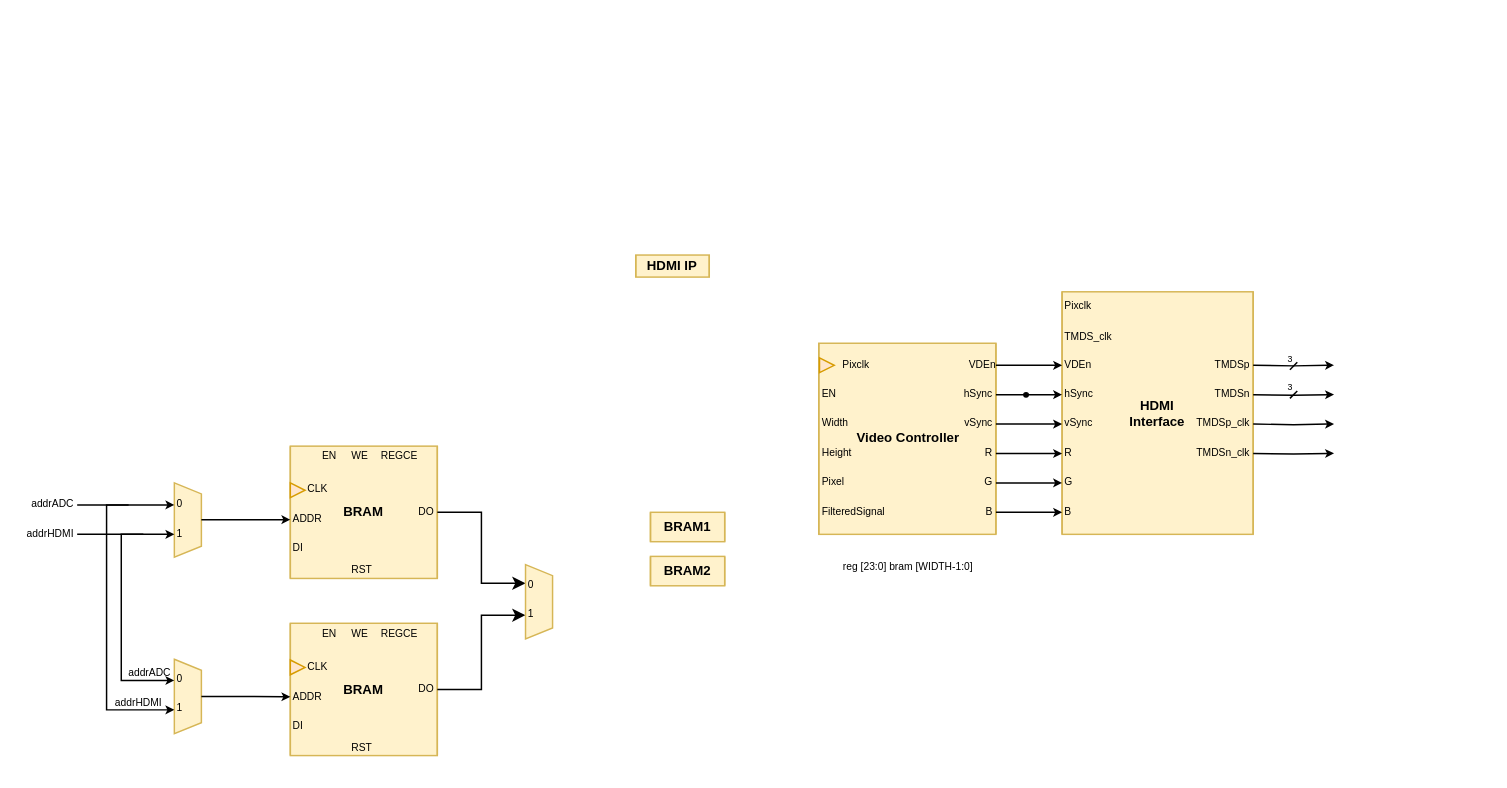
This is page "BRAM" (9 of 9) of design/BlockDiagram.drawio from ESRGgroup9/oscilloscope_fpga, a draw.io file, before an edit. Source tidied: cells renumbered, new cells numbered last; positions are measured from the earlier drawing's top-left corner, leaving out a move shared by most shapes. Both pictures are drawn from the tidied source at 147%, with x=0, y=0 at pixel (25, 254).
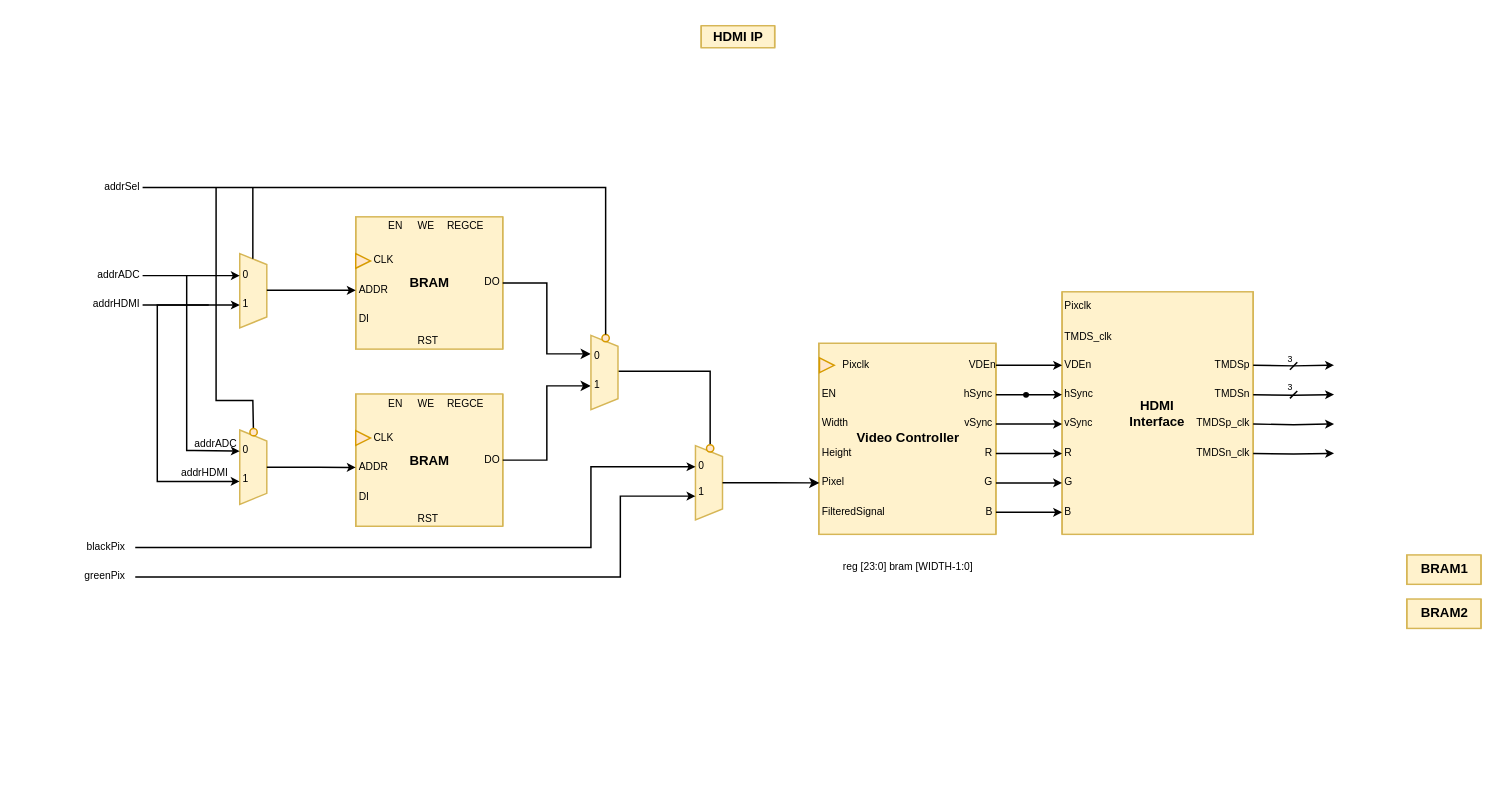
The same diagram, later.

The change refers to these unchanged cells:
```xml
<mxCell id="27" value="Pixel" style="text;html=1;strokeColor=none;fillColor=none;align=left;verticalAlign=middle;whiteSpace=wrap;rounded=0;fontSize=7;" parent="1" vertex="1">
  <mxGeometry x="540" y="145" width="20" height="20" as="geometry" />
</mxCell>
<mxCell id="48" value="DO" style="text;html=1;strokeColor=none;fillColor=none;align=right;verticalAlign=middle;whiteSpace=wrap;rounded=0;fontSize=7;" parent="46" vertex="1">
  <mxGeometry x="80" y="40.5" width="20" height="20" as="geometry" />
</mxCell>
<mxCell id="49" value="ADDR" style="text;html=1;strokeColor=none;fillColor=none;align=left;verticalAlign=middle;whiteSpace=wrap;rounded=0;fontSize=7;" parent="46" vertex="1">
  <mxGeometry y="45.5" width="20" height="20" as="geometry" />
</mxCell>
<mxCell id="58" value="BRAM" style="shape=process;whiteSpace=wrap;html=1;backgroundOutline=1;fontSize=9;strokeColor=#d6b656;fillColor=#fff2cc;size=0;fontStyle=1;verticalAlign=middle;" parent="57" vertex="1">
  <mxGeometry y="5.5" width="100" height="90" as="geometry" />
</mxCell>
<mxCell id="60" value="ADDR" style="text;html=1;strokeColor=none;fillColor=none;align=left;verticalAlign=middle;whiteSpace=wrap;rounded=0;fontSize=7;" parent="57" vertex="1">
  <mxGeometry y="45.5" width="20" height="20" as="geometry" />
</mxCell>
<mxCell id="71" style="shape=trapezoid;perimeter=trapezoidPerimeter;whiteSpace=wrap;html=1;fixedSize=1;verticalAlign=middle;fillColor=#fff2cc;strokeColor=#d6b656;gradientColor=none;fontSize=9;fontStyle=1;rotation=90;size=7.5;" parent="70" vertex="1">
  <mxGeometry x="-16.1" y="16.1" width="50.6" height="18.4" as="geometry" />
</mxCell>
<mxCell id="72" value="0" style="text;html=1;strokeColor=none;fillColor=none;align=left;verticalAlign=middle;whiteSpace=wrap;rounded=0;fontSize=7;" parent="70" vertex="1">
  <mxGeometry y="4.4" width="20" height="20" as="geometry" />
</mxCell>
<mxCell id="73" value="1" style="text;html=1;strokeColor=none;fillColor=none;align=left;verticalAlign=middle;whiteSpace=wrap;rounded=0;fontSize=7;" parent="70" vertex="1">
  <mxGeometry y="24.4" width="20" height="20" as="geometry" />
</mxCell>
<mxCell id="75" style="shape=trapezoid;perimeter=trapezoidPerimeter;whiteSpace=wrap;html=1;fixedSize=1;verticalAlign=middle;fillColor=#fff2cc;strokeColor=#d6b656;gradientColor=none;fontSize=9;fontStyle=1;rotation=90;size=7.5;" parent="74" vertex="1">
  <mxGeometry x="-16.1" y="16.1" width="50.6" height="18.4" as="geometry" />
</mxCell>
<mxCell id="76" value="0" style="text;html=1;strokeColor=none;fillColor=none;align=left;verticalAlign=middle;whiteSpace=wrap;rounded=0;fontSize=7;" parent="74" vertex="1">
  <mxGeometry y="4.4" width="10" height="20" as="geometry" />
</mxCell>
<mxCell id="77" value="1" style="text;html=1;strokeColor=none;fillColor=none;align=left;verticalAlign=middle;whiteSpace=wrap;rounded=0;fontSize=7;" parent="74" vertex="1">
  <mxGeometry y="24.4" width="10" height="20" as="geometry" />
</mxCell>
<mxCell id="80" style="shape=trapezoid;perimeter=trapezoidPerimeter;whiteSpace=wrap;html=1;fixedSize=1;verticalAlign=middle;fillColor=#fff2cc;strokeColor=#d6b656;gradientColor=none;fontSize=9;fontStyle=1;rotation=90;size=7.5;" parent="79" vertex="1">
  <mxGeometry x="-16.1" y="16.1" width="50.6" height="18.4" as="geometry" />
</mxCell>
```

What changed in the source:
```diff
@@
+    <mxCell id="92" style="edgeStyle=orthogonalEdgeStyle;rounded=0;jettySize=auto;html=1;entryX=0.5;entryY=0;entryDx=0;entryDy=0;exitX=0.25;exitY=0.5;exitDx=0;exitDy=0;exitPerimeter=0;strokeWidth=1;endSize=4;endArrow=none;endFill=0;" parent="1" edge="1" source="72" target="103">
+      <mxGeometry relative="1" as="geometry">
+        <Array as="points">
+          <mxPoint x="389.5" y="79" />
+          <mxPoint x="465.5" y="79" />
+        </Array>
+      </mxGeometry>
+    </mxCell>
+    <mxCell id="93" style="endArrow=none;html=1;rounded=0;exitX=1.004;exitY=0.651;exitDx=0;exitDy=0;exitPerimeter=0;" parent="1" edge="1" source="77">
+      <mxGeometry relative="1" as="geometry">
+        <mxPoint x="129.5" y="-46" as="targetPoint" />
+        <Array as="points">
+          <mxPoint x="154.5" y="99" />
+          <mxPoint x="129.5" y="99" />
+        </Array>
+      </mxGeometry>
+    </mxCell>
@@
     <mxCell id="39" value="HDMI IP" style="shape=process;whiteSpace=wrap;html=1;backgroundOutline=1;fontSize=9;strokeColor=#d6b656;fillColor=#fff2cc;size=0;fontStyle=1;verticalAlign=middle;" parent="1" vertex="1">
-      <mxGeometry x="415" width="50" height="15" as="geometry" />
+      <mxGeometry x="459.5" y="-156" width="50" height="15" as="geometry" />
     </mxCell>
@@
     <mxCell id="42" value="BRAM1" style="shape=process;whiteSpace=wrap;html=1;backgroundOutline=1;fontSize=9;strokeColor=#d6b656;fillColor=#fff2cc;size=0;fontStyle=1;verticalAlign=middle;" parent="1" vertex="1">
-      <mxGeometry x="425" y="175" width="50.5" height="20" as="geometry" />
+      <mxGeometry x="939.5" y="204" width="50.5" height="20" as="geometry" />
     </mxCell>
@@
     <mxCell id="45" value="BRAM2" style="shape=process;whiteSpace=wrap;html=1;backgroundOutline=1;fontSize=9;strokeColor=#d6b656;fillColor=#fff2cc;size=0;fontStyle=1;verticalAlign=middle;" parent="1" vertex="1">
-      <mxGeometry x="425" y="205" width="50.5" height="20" as="geometry" />
+      <mxGeometry x="939.5" y="234" width="50.5" height="20" as="geometry" />
     </mxCell>
     <mxCell id="46" style="group;" parent="1" vertex="1">
-      <mxGeometry x="180" y="124.5" width="100" height="100.5" as="geometry" />
+      <mxGeometry x="224.5" y="-31.5" width="100" height="100.5" as="geometry" />
     </mxCell>
@@
     <mxCell id="57" style="group;" parent="1" vertex="1">
-      <mxGeometry x="180" y="245" width="100" height="100.5" as="geometry" />
+      <mxGeometry x="224.5" y="89" width="100" height="100.5" as="geometry" />
     </mxCell>
@@
-    <mxCell id="68" style="edgeStyle=orthogonalEdgeStyle;rounded=0;jettySize=auto;html=1;exitX=1;exitY=0.5;exitDx=0;exitDy=0;entryX=0.25;entryY=1;entryDx=0;entryDy=0;" parent="1" edge="1" source="48" target="71">
+    <mxCell id="68" style="edgeStyle=orthogonalEdgeStyle;rounded=0;jettySize=auto;html=1;exitX=1;exitY=0.5;exitDx=0;exitDy=0;entryX=0.25;entryY=1;entryDx=0;entryDy=0;strokeWidth=1;endSize=4;" parent="1" edge="1" source="48" target="71">
       <mxGeometry relative="1" as="geometry" />
     </mxCell>
-    <mxCell id="69" style="edgeStyle=orthogonalEdgeStyle;rounded=0;jettySize=auto;html=1;exitX=1;exitY=0.5;exitDx=0;exitDy=0;entryX=0;entryY=0.5;entryDx=0;entryDy=0;" parent="1" edge="1" source="58" target="73">
+    <mxCell id="69" style="edgeStyle=orthogonalEdgeStyle;rounded=0;jettySize=auto;html=1;exitX=1;exitY=0.5;exitDx=0;exitDy=0;entryX=0;entryY=0.5;entryDx=0;entryDy=0;strokeWidth=1;endSize=4;" parent="1" edge="1" source="58" target="73">
       <mxGeometry relative="1" as="geometry" />
     </mxCell>
     <mxCell id="70" style="group;" parent="1" vertex="1">
-      <mxGeometry x="340" y="210.6" width="20" height="50.6" as="geometry" />
+      <mxGeometry x="384.5" y="54.6" width="20" height="50.6" as="geometry" />
     </mxCell>
@@
+    <mxCell id="94" style="ellipse;whiteSpace=wrap;html=1;fillColor=#ffe6cc;strokeColor=#d79b00;" parent="70" vertex="1">
+      <mxGeometry x="7.5" y="-0.6" width="5" height="5" as="geometry" />
+    </mxCell>
     <mxCell id="74" style="group;" parent="1" vertex="1">
-      <mxGeometry x="101.1" y="275" width="20" height="50.6" as="geometry" />
+      <mxGeometry x="145.6" y="119" width="20" height="50.6" as="geometry" />
     </mxCell>
@@
     <mxCell id="78" style="edgeStyle=orthogonalEdgeStyle;rounded=0;jettySize=auto;html=1;exitX=0.5;exitY=0;exitDx=0;exitDy=0;entryX=0;entryY=0.5;entryDx=0;entryDy=0;endSize=3;" parent="1" edge="1" source="75" target="60">
       <mxGeometry relative="1" as="geometry">
         <Array as="points">
-          <mxPoint x="155" y="300" />
-          <mxPoint x="155" y="300" />
+          <mxPoint x="199.5" y="144" />
+          <mxPoint x="199.5" y="144" />
         </Array>
       </mxGeometry>
     </mxCell>
     <mxCell id="79" style="group;" parent="1" vertex="1">
-      <mxGeometry x="101.1" y="155" width="20" height="50.6" as="geometry" />
+      <mxGeometry x="145.6" y="-1" width="20" height="50.6" as="geometry" />
     </mxCell>
@@
     <mxCell id="83" style="edgeStyle=orthogonalEdgeStyle;rounded=0;jettySize=auto;html=1;exitX=0.5;exitY=0;exitDx=0;exitDy=0;entryX=0;entryY=0.5;entryDx=0;entryDy=0;endSize=3;" parent="1" edge="1" source="80" target="49">
       <mxGeometry relative="1" as="geometry">
         <Array as="points">
-          <mxPoint x="180" y="180" />
+          <mxPoint x="224.5" y="24" />
         </Array>
       </mxGeometry>
     </mxCell>
@@
     <mxCell id="85" value="addrADC" style="text;html=1;strokeColor=none;fillColor=none;align=right;verticalAlign=middle;whiteSpace=wrap;rounded=0;fontSize=7;" parent="1" vertex="1">
-      <mxGeometry y="160" width="35" height="20" as="geometry" />
+      <mxGeometry x="44.5" y="4" width="35" height="20" as="geometry" />
     </mxCell>
@@
     <mxCell id="87" value="addrHDMI" style="text;html=1;strokeColor=none;fillColor=none;align=right;verticalAlign=middle;whiteSpace=wrap;rounded=0;fontSize=7;" parent="1" vertex="1">
-      <mxGeometry y="180" width="35" height="20" as="geometry" />
+      <mxGeometry x="44.5" y="24" width="35" height="20" as="geometry" />
     </mxCell>
-    <mxCell id="88" style="edgeStyle=orthogonalEdgeStyle;rounded=0;jettySize=auto;html=1;exitX=0;exitY=0.5;exitDx=0;exitDy=0;endSize=3;entryX=0;entryY=0.5;entryDx=0;entryDy=0;" parent="1" edge="1" target="76">
+    <mxCell id="88" style="edgeStyle=orthogonalEdgeStyle;rounded=0;orthogonalLoop=1;jettySize=auto;html=1;exitX=0;exitY=0.5;exitDx=0;exitDy=0;endSize=3;" parent="1" edge="1">
       <mxGeometry relative="1" as="geometry">
-        <mxPoint x="80" y="190" as="sourcePoint" />
+        <mxPoint x="124.5" y="34" as="sourcePoint" />
+        <mxPoint x="145.5" y="154" as="targetPoint" />
         <Array as="points">
-          <mxPoint x="65" y="190" />
-          <mxPoint x="65" y="289" />
+          <mxPoint x="89.5" y="34" />
+          <mxPoint x="89.5" y="154" />
         </Array>
       </mxGeometry>
     </mxCell>
-    <mxCell id="89" style="edgeStyle=orthogonalEdgeStyle;rounded=0;jettySize=auto;html=1;exitX=0;exitY=0.5;exitDx=0;exitDy=0;endSize=3;entryX=0;entryY=0.5;entryDx=0;entryDy=0;" parent="1" edge="1" target="77">
+    <mxCell id="89" style="edgeStyle=orthogonalEdgeStyle;rounded=0;jettySize=auto;html=1;endSize=3;entryX=0;entryY=0.5;entryDx=0;entryDy=0;" parent="1" edge="1" target="76">
       <mxGeometry relative="1" as="geometry">
-        <mxPoint x="70" y="170" as="sourcePoint" />
+        <mxPoint x="109.5" y="14" as="sourcePoint" />
         <Array as="points">
-          <mxPoint x="55" y="170" />
-          <mxPoint x="55" y="309" />
+          <mxPoint x="114.5" y="133" />
+          <mxPoint x="145.5" y="133" />
         </Array>
       </mxGeometry>
     </mxCell>
     <mxCell id="90" value="addrHDMI" style="text;html=1;strokeColor=none;fillColor=none;align=right;verticalAlign=middle;whiteSpace=wrap;rounded=0;fontSize=7;" parent="1" vertex="1">
-      <mxGeometry x="60" y="295" width="35" height="20" as="geometry" />
+      <mxGeometry x="104.5" y="139" width="35" height="20" as="geometry" />
     </mxCell>
     <mxCell id="91" value="addrADC" style="text;html=1;strokeColor=none;fillColor=none;align=right;verticalAlign=middle;whiteSpace=wrap;rounded=0;fontSize=7;" parent="1" vertex="1">
-      <mxGeometry x="66.1" y="275" width="35" height="20" as="geometry" />
+      <mxGeometry x="110.6" y="119" width="35" height="20" as="geometry" />
     </mxCell>
+    <mxCell id="95" style="endArrow=none;html=1;rounded=0;" parent="1" edge="1">
+      <mxGeometry relative="1" as="geometry">
+        <mxPoint x="154.5" y="2.5" as="sourcePoint" />
+        <mxPoint x="154.5" y="-46" as="targetPoint" />
+      </mxGeometry>
+    </mxCell>
+    <mxCell id="96" style="ellipse;whiteSpace=wrap;html=1;fillColor=#ffe6cc;strokeColor=#d79b00;" parent="1" vertex="1">
+      <mxGeometry x="152.5" y="118" width="5" height="5" as="geometry" />
+    </mxCell>
+    <mxCell id="97" style="endArrow=none;html=1;rounded=0;entryX=0.5;entryY=0;entryDx=0;entryDy=0;" parent="1" edge="1" target="94">
+      <mxGeometry relative="1" as="geometry">
+        <mxPoint x="79.5" y="-46" as="sourcePoint" />
+        <Array as="points">
+          <mxPoint x="394.5" y="-46" />
+        </Array>
+      </mxGeometry>
+    </mxCell>
+    <mxCell id="98" value="addrSel" style="text;html=1;strokeColor=none;fillColor=none;align=right;verticalAlign=middle;whiteSpace=wrap;rounded=0;fontSize=7;" parent="1" vertex="1">
+      <mxGeometry x="44.5" y="-56.5" width="35" height="20" as="geometry" />
+    </mxCell>
+    <mxCell id="99" style="group;" parent="1" vertex="1">
+      <mxGeometry x="455.6" y="129.6" width="20" height="50.6" as="geometry" />
+    </mxCell>
+    <mxCell id="100" style="shape=trapezoid;perimeter=trapezoidPerimeter;whiteSpace=wrap;html=1;fixedSize=1;verticalAlign=middle;fillColor=#fff2cc;strokeColor=#d6b656;gradientColor=none;fontSize=9;fontStyle=1;rotation=90;size=7.5;" parent="99" vertex="1">
+      <mxGeometry x="-16.1" y="16.1" width="50.6" height="18.4" as="geometry" />
+    </mxCell>
+    <mxCell id="101" value="0" style="text;html=1;strokeColor=none;fillColor=none;align=left;verticalAlign=middle;whiteSpace=wrap;rounded=0;fontSize=7;" parent="99" vertex="1">
+      <mxGeometry y="4.4" width="20" height="20" as="geometry" />
+    </mxCell>
+    <mxCell id="102" value="1" style="text;html=1;strokeColor=none;fillColor=none;align=left;verticalAlign=middle;whiteSpace=wrap;rounded=0;fontSize=7;" parent="99" vertex="1">
+      <mxGeometry y="20" width="20" height="24.4" as="geometry" />
+    </mxCell>
+    <mxCell id="103" style="ellipse;whiteSpace=wrap;html=1;fillColor=#ffe6cc;strokeColor=#d79b00;" parent="99" vertex="1">
+      <mxGeometry x="7.5" y="-0.6" width="5" height="5" as="geometry" />
+    </mxCell>
+    <mxCell id="104" style="edgeStyle=orthogonalEdgeStyle;rounded=0;orthogonalLoop=1;jettySize=auto;html=1;entryX=0;entryY=0.5;entryDx=0;entryDy=0;endSize=3;" parent="1" edge="1">
+      <mxGeometry relative="1" as="geometry">
+        <mxPoint x="74.5" y="199" as="sourcePoint" />
+        <mxPoint x="455.6" y="144" as="targetPoint" />
+        <Array as="points">
+          <mxPoint x="384.5" y="144" />
+        </Array>
+      </mxGeometry>
+    </mxCell>
+    <mxCell id="105" style="edgeStyle=orthogonalEdgeStyle;rounded=0;orthogonalLoop=1;jettySize=auto;html=1;entryX=0;entryY=0.5;entryDx=0;entryDy=0;endSize=3;" parent="1" edge="1">
+      <mxGeometry relative="1" as="geometry">
+        <mxPoint x="74.5" y="219" as="sourcePoint" />
+        <mxPoint x="455.6" y="164" as="targetPoint" />
+        <Array as="points">
+          <mxPoint x="404.5" y="219" />
+          <mxPoint x="404.5" y="164" />
+        </Array>
+      </mxGeometry>
+    </mxCell>
+    <mxCell id="106" value="blackPix" style="text;html=1;strokeColor=none;fillColor=none;align=right;verticalAlign=middle;whiteSpace=wrap;rounded=0;fontSize=7;" parent="1" vertex="1">
+      <mxGeometry x="34.5" y="189" width="35" height="20" as="geometry" />
+    </mxCell>
+    <mxCell id="107" value="greenPix" style="text;html=1;strokeColor=none;fillColor=none;align=right;verticalAlign=middle;whiteSpace=wrap;rounded=0;fontSize=7;" parent="1" vertex="1">
+      <mxGeometry x="34.5" y="209" width="35" height="20" as="geometry" />
+    </mxCell>
+    <mxCell id="108" style="edgeStyle=orthogonalEdgeStyle;rounded=0;jettySize=auto;html=1;entryX=0;entryY=0.5;entryDx=0;entryDy=0;endArrow=classic;endFill=1;endSize=4;strokeWidth=1;" parent="1" edge="1" source="100" target="27">
+      <mxGeometry relative="1" as="geometry" />
+    </mxCell>
```
